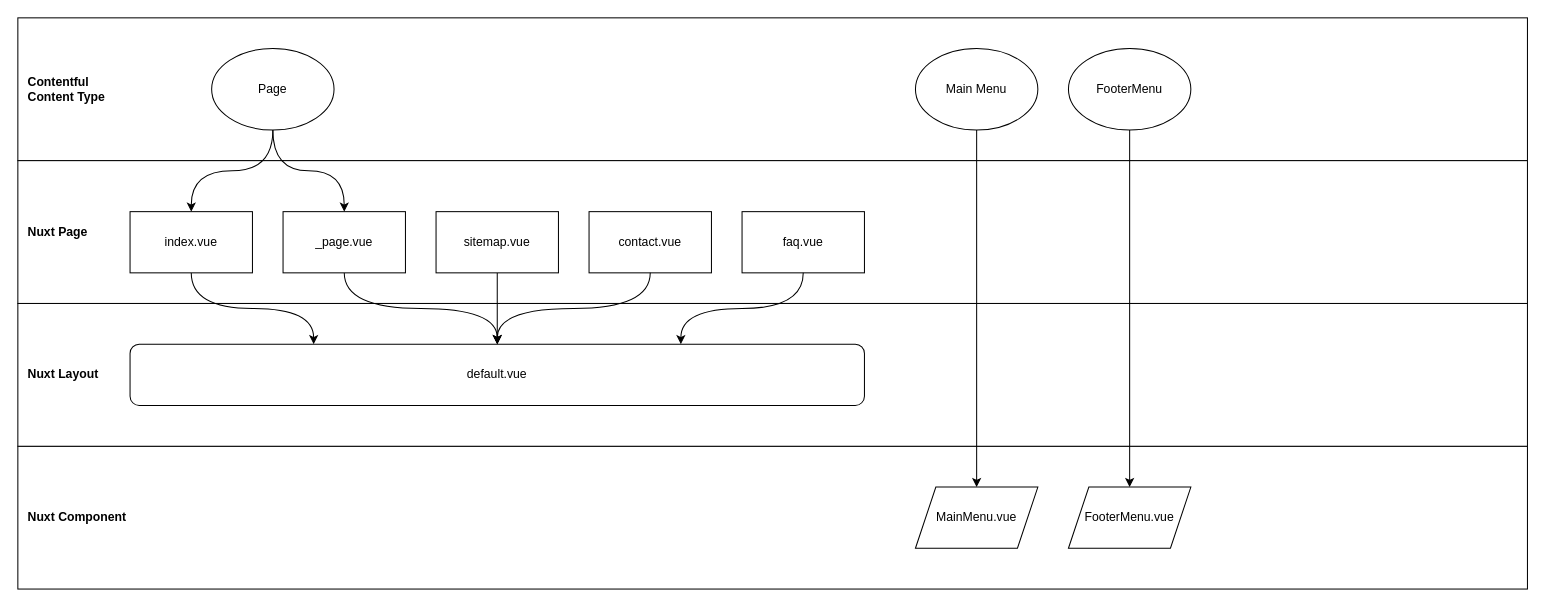
spacebetweentherapy/website keeps this draw.io diagram as page "Content types mapped to Nuxt pages" (3 of 3) of doc/overview.drawio. Above is the earlier version. Source tidied: cells renumbered, new cells numbered last; positions are measured from the earlier drawing's top-left corner, leaving out a move shared by most shapes. Both pictures are drawn from the tidied source at 102%, with x=0, y=0 at pixel (17, 17).
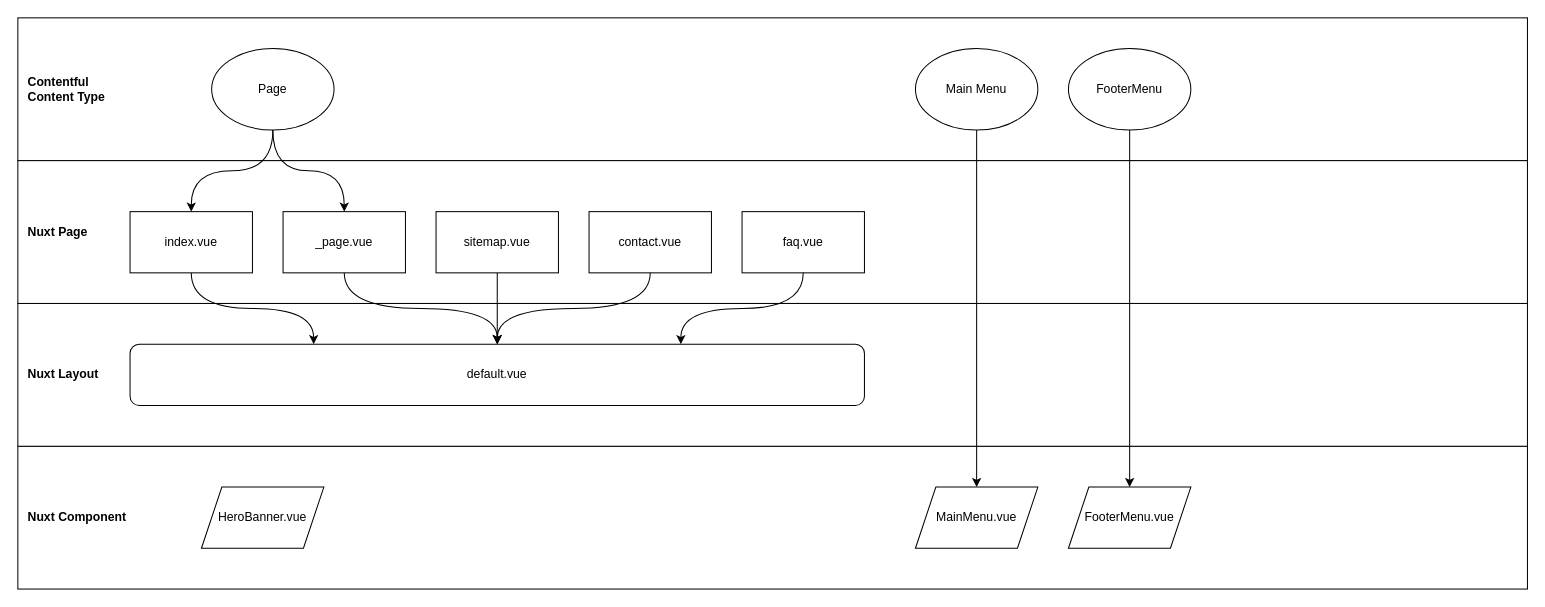
After the change.

The edit, as a diff of the source:
```diff
@@
+    <mxCell id="26" value="HeroBanner.vue" style="shape=parallelogram;perimeter=parallelogramPerimeter;whiteSpace=wrap;html=1;fixedSize=1;" parent="1" vertex="1">
+      <mxGeometry x="180" y="460" width="120" height="60" as="geometry" />
+    </mxCell>
```
